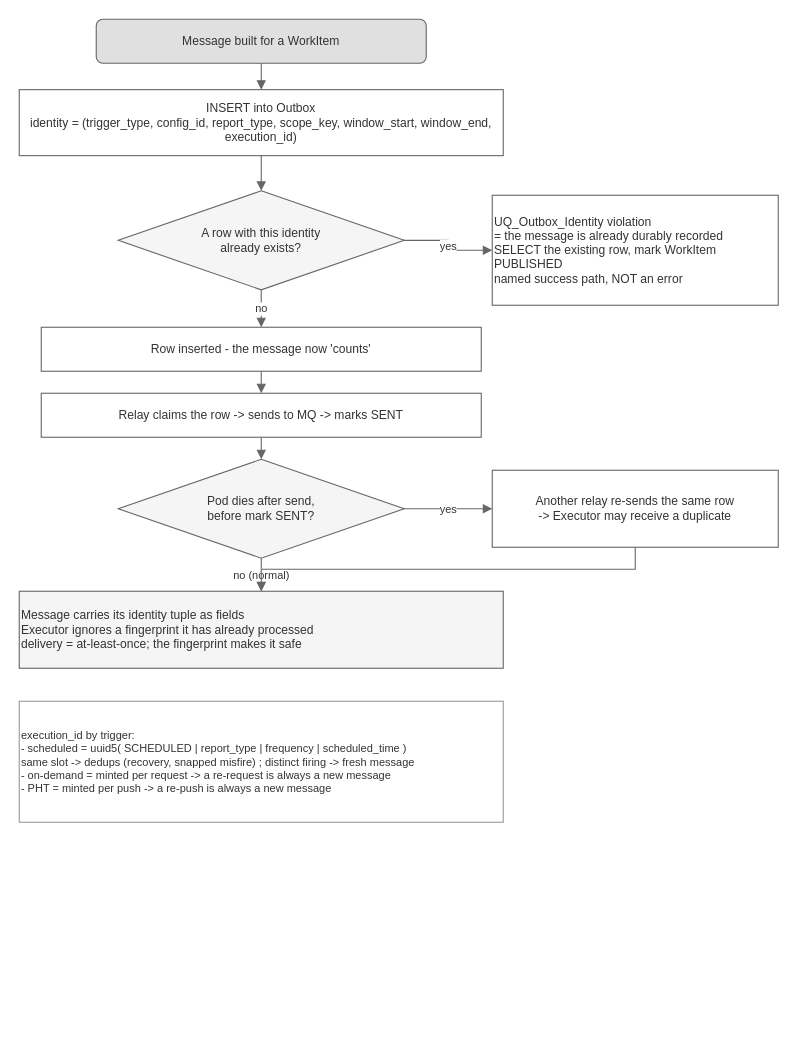
This is page "2 - Outbox and delivery" (2 of 4) of supervisor-project/02-design/message-pipeline/pipeline-flow.drawio from vijaykumarn/research, a draw.io file, before an edit. Source tidied: cells renumbered, new cells numbered last; positions are measured from the earlier drawing's top-left corner, leaving out a move shared by most shapes. Both pictures are drawn from the tidied source at 110%, with x=0, y=0 at pixel (19, 19).
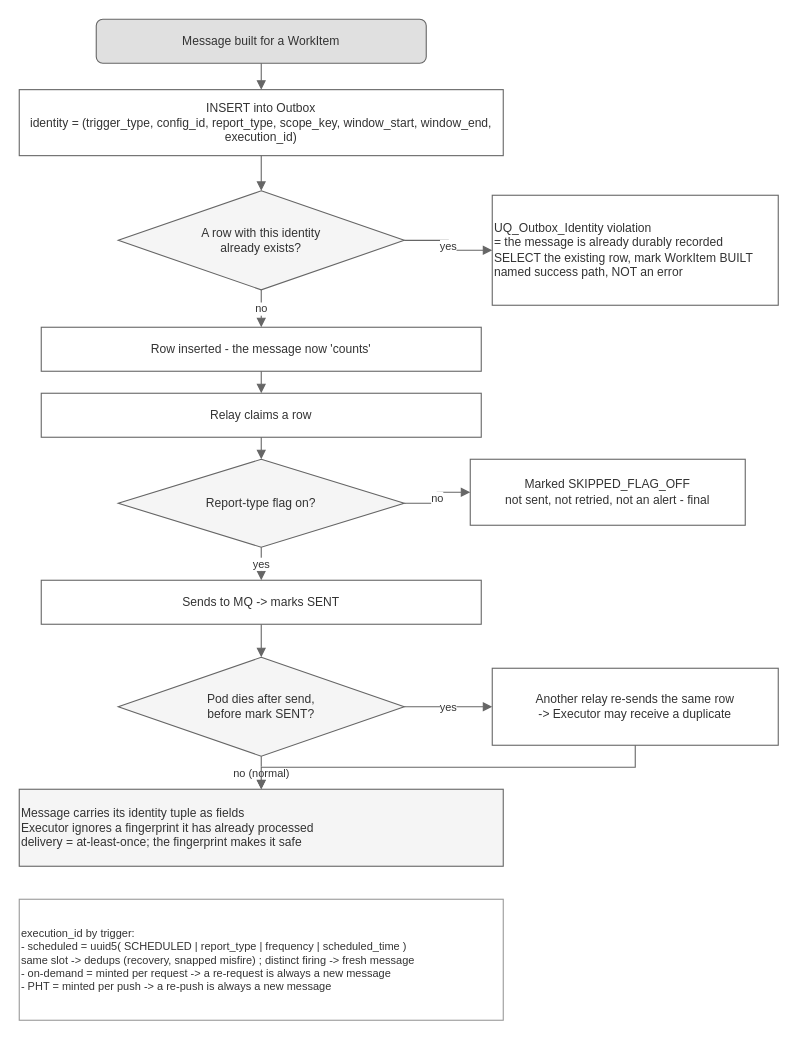
After the change.

Change to the diagram source:
```diff
@@
-    <mxCell id="5" value="UQ_Outbox_Identity violation&#10;= the message is already durably recorded&#10;SELECT the existing row, mark WorkItem PUBLISHED&#10;named success path, NOT an error" style="rounded=0;whiteSpace=wrap;html=1;fillColor=#ffffff;strokeColor=#666666;fontColor=#333333;fontSize=11;align=left;" parent="1" vertex="1">
+    <mxCell id="5" value="UQ_Outbox_Identity violation&#10;= the message is already durably recorded&#10;SELECT the existing row, mark WorkItem BUILT&#10;named success path, NOT an error" style="rounded=0;whiteSpace=wrap;html=1;fillColor=#ffffff;strokeColor=#666666;fontColor=#333333;fontSize=11;align=left;" parent="1" vertex="1">
       <mxGeometry x="430" y="160" width="260" height="100" as="geometry" />
     </mxCell>
@@
-    <mxCell id="7" value="Relay claims the row  -&gt;  sends to MQ  -&gt;  marks SENT" style="rounded=0;whiteSpace=wrap;html=1;fillColor=#ffffff;strokeColor=#666666;fontColor=#333333;fontSize=11;" parent="1" vertex="1">
+    <mxCell id="7" value="Relay claims a row" style="rounded=0;whiteSpace=wrap;html=1;fillColor=#ffffff;strokeColor=#666666;fontColor=#333333;fontSize=11;" parent="1" vertex="1">
       <mxGeometry x="20" y="340" width="400" height="40" as="geometry" />
     </mxCell>
     <mxCell id="8" value="Pod dies after send,&#10;before mark SENT?" style="rhombus;whiteSpace=wrap;html=1;fillColor=#f5f5f5;strokeColor=#666666;fontColor=#333333;fontSize=11;" parent="1" vertex="1">
-      <mxGeometry x="90" y="400" width="260" height="90" as="geometry" />
+      <mxGeometry x="90" y="580" width="260" height="90" as="geometry" />
     </mxCell>
     <mxCell id="9" value="Another relay re-sends the same row&#10;-&gt;  Executor may receive a duplicate" style="rounded=0;whiteSpace=wrap;html=1;fillColor=#ffffff;strokeColor=#666666;fontColor=#333333;fontSize=11;" parent="1" vertex="1">
-      <mxGeometry x="430" y="410" width="260" height="70" as="geometry" />
+      <mxGeometry x="430" y="590" width="260" height="70" as="geometry" />
     </mxCell>
     <mxCell id="10" value="Message carries its identity tuple as fields&#10;Executor ignores a fingerprint it has already processed&#10;delivery = at-least-once; the fingerprint makes it safe" style="rounded=0;whiteSpace=wrap;html=1;fillColor=#f5f5f5;strokeColor=#666666;fontColor=#333333;fontSize=11;align=left;" parent="1" vertex="1">
-      <mxGeometry y="520" width="440" height="70" as="geometry" />
+      <mxGeometry y="700" width="440" height="70" as="geometry" />
     </mxCell>
     <mxCell id="11" value="execution_id by trigger:&#10;- scheduled = uuid5( SCHEDULED | report_type | frequency | scheduled_time )&#10;    same slot -&gt; dedups (recovery, snapped misfire) ;  distinct firing -&gt; fresh message&#10;- on-demand = minted per request   -&gt;  a re-request is always a new message&#10;- PHT = minted per push   -&gt;  a re-push is always a new message" style="rounded=0;whiteSpace=wrap;html=1;fillColor=#ffffff;strokeColor=#999999;fontColor=#333333;fontSize=10;align=left;" parent="1" vertex="1">
-      <mxGeometry y="620" width="440" height="110" as="geometry" />
+      <mxGeometry y="800" width="440" height="110" as="geometry" />
     </mxCell>
@@
-    <mxCell id="17" style="edgeStyle=orthogonalEdgeStyle;rounded=0;html=1;strokeColor=#666666;endArrow=block;" parent="1" edge="1" source="7" target="8">
+    <mxCell id="17" style="edgeStyle=orthogonalEdgeStyle;rounded=0;html=1;strokeColor=#666666;endArrow=block;" parent="1" edge="1" source="22" target="8">
       <mxGeometry relative="1" as="geometry" />
     </mxCell>
@@
+    <mxCell id="21" value="Report-type flag on?" style="rhombus;whiteSpace=wrap;html=1;fillColor=#f5f5f5;strokeColor=#666666;fontColor=#333333;fontSize=11;" parent="1" vertex="1">
+      <mxGeometry x="90" y="400" width="260" height="80" as="geometry" />
+    </mxCell>
+    <mxCell id="22" value="Sends to MQ -&gt; marks SENT" style="rounded=0;whiteSpace=wrap;html=1;fillColor=#ffffff;strokeColor=#666666;fontColor=#333333;fontSize=11;" parent="1" vertex="1">
+      <mxGeometry x="20" y="510" width="400" height="40" as="geometry" />
+    </mxCell>
+    <mxCell id="23" value="Marked SKIPPED_FLAG_OFF&#10;not sent, not retried, not an alert - final" style="rounded=0;whiteSpace=wrap;html=1;fillColor=#ffffff;strokeColor=#666666;fontColor=#333333;fontSize=11;" parent="1" vertex="1">
+      <mxGeometry x="410" y="400" width="250" height="60" as="geometry" />
+    </mxCell>
+    <mxCell id="24" style="edgeStyle=orthogonalEdgeStyle;rounded=0;html=1;strokeColor=#666666;endArrow=block;fontColor=#333333;fontSize=10;" parent="1" edge="1" source="7" target="21">
+      <mxGeometry relative="1" as="geometry" />
+    </mxCell>
+    <mxCell id="25" value="yes" style="edgeStyle=orthogonalEdgeStyle;rounded=0;html=1;strokeColor=#666666;endArrow=block;fontColor=#333333;fontSize=10;" parent="1" edge="1" source="21" target="22">
+      <mxGeometry relative="1" as="geometry" />
+    </mxCell>
+    <mxCell id="26" value="no" style="edgeStyle=orthogonalEdgeStyle;rounded=0;html=1;strokeColor=#666666;endArrow=block;fontColor=#333333;fontSize=10;" parent="1" edge="1" source="21" target="23">
+      <mxGeometry relative="1" as="geometry" />
+    </mxCell>
```
